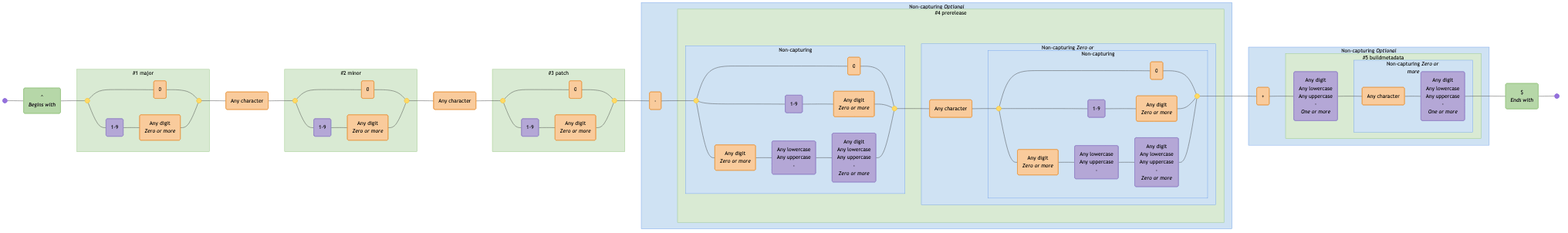
Before: diagrams/semver.mermaid-diagram.png, a diagram exported from Mermaid (tayles/regex-to-mermaid). Its source is kept beside it as diagrams/semver.mermaid.
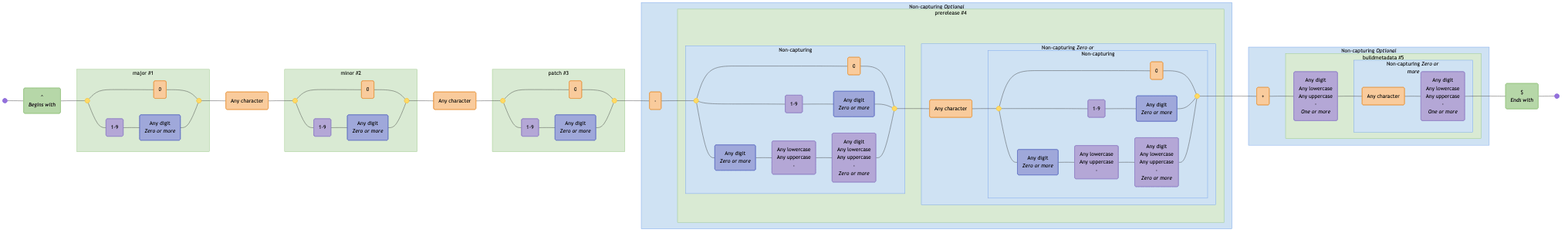
The same diagram one commit later.

What changed in the source:
```diff
@@ -1,6 +1,6 @@
 graph LR
   accTitle: "Regex: ^(?<major>0|[1-9]\\d*)\\.(?<minor>0|[1-9]\\d*)\\.(?<patch>0|[1-9]\\d*)(?:-(?<prerelease>(?:0|[1-9]\\d*|\\d*[a-zA-Z-][0-9a-zA-Z-]*)(?:\\.(?:0|[1-9]\\d*|\\d*[a-zA-Z-][0-9a-zA-Z-]*))*))?(?:\\+(?<buildmetadata>[0-9a-zA-Z-]+(?:\\.[0-9a-zA-Z-]+)*))?$"
-  accDescr: "Generated with regex-to-mermaid@1.0.4"
+  accDescr: "Generated with regex-to-mermaid@2.0.0"
 
   start@{ shape: f-circ };
   fin@{ shape: f-circ };
@@ -9,74 +9,74 @@
   disjunction_end_1:::disjunction@{ shape: f-circ };
   literal_1("0"):::literal;
   char_class_1("1-9"):::char-class;
-  literal_2("Any digit<br><i>Zero or more</i>"):::literal;
-  literal_3("Any character"):::literal;
+  char_set_1("Any digit<br><i>Zero or more</i>"):::char-set;
+  literal_2("Any character"):::literal;
   disjunction_begin_2:::disjunction@{ shape: f-circ };
   disjunction_end_2:::disjunction@{ shape: f-circ };
-  literal_4("0"):::literal;
+  literal_3("0"):::literal;
   char_class_2("1-9"):::char-class;
-  literal_5("Any digit<br><i>Zero or more</i>"):::literal;
-  literal_6("Any character"):::literal;
+  char_set_2("Any digit<br><i>Zero or more</i>"):::char-set;
+  literal_4("Any character"):::literal;
   disjunction_begin_3:::disjunction@{ shape: f-circ };
   disjunction_end_3:::disjunction@{ shape: f-circ };
-  literal_7("0"):::literal;
+  literal_5("0"):::literal;
   char_class_3("1-9"):::char-class;
-  literal_8("Any digit<br><i>Zero or more</i>"):::literal;
-  literal_9("-"):::literal;
+  char_set_3("Any digit<br><i>Zero or more</i>"):::char-set;
+  literal_6("-"):::literal;
   disjunction_begin_4:::disjunction@{ shape: f-circ };
   disjunction_end_4:::disjunction@{ shape: f-circ };
-  literal_10("0"):::literal;
+  literal_7("0"):::literal;
   char_class_4("1-9"):::char-class;
-  literal_11("Any digit<br><i>Zero or more</i>"):::literal;
-  literal_12("Any digit<br><i>Zero or more</i>"):::literal;
+  char_set_4("Any digit<br><i>Zero or more</i>"):::char-set;
+  char_set_5("Any digit<br><i>Zero or more</i>"):::char-set;
   char_class_5("Any lowercase<br>Any uppercase<br>-"):::char-class;
   char_class_6("Any digit<br>Any lowercase<br>Any uppercase<br>-<br><i>Zero or more</i>"):::char-class;
-  literal_13("Any character"):::literal;
+  literal_8("Any character"):::literal;
   disjunction_begin_5:::disjunction@{ shape: f-circ };
   disjunction_end_5:::disjunction@{ shape: f-circ };
-  literal_14("0"):::literal;
+  literal_9("0"):::literal;
   char_class_7("1-9"):::char-class;
-  literal_15("Any digit<br><i>Zero or more</i>"):::literal;
-  literal_16("Any digit<br><i>Zero or more</i>"):::literal;
+  char_set_6("Any digit<br><i>Zero or more</i>"):::char-set;
+  char_set_7("Any digit<br><i>Zero or more</i>"):::char-set;
   char_class_8("Any lowercase<br>Any uppercase<br>-"):::char-class;
   char_class_9("Any digit<br>Any lowercase<br>Any uppercase<br>-<br><i>Zero or more</i>"):::char-class;
-  literal_17("+"):::literal;
+  literal_10("\+"):::literal;
   char_class_10("Any digit<br>Any lowercase<br>Any uppercase<br>-<br><i>One or more</i>"):::char-class;
-  literal_18("Any character"):::literal;
+  literal_11("Any character"):::literal;
   char_class_11("Any digit<br>Any lowercase<br>Any uppercase<br>-<br><i>One or more</i>"):::char-class;
   assertion_2("$<br><i>Ends with</i>"):::assertion;
 
-  subgraph named_capture_1 ["#1 major"]
+  subgraph named_capture_1 ["major #1"]
     disjunction_begin_1
     disjunction_end_1
     literal_1
     char_class_1
-    literal_2
+    char_set_1
   end
 
-  subgraph named_capture_2 ["#2 minor"]
+  subgraph named_capture_2 ["minor #2"]
     disjunction_begin_2
     disjunction_end_2
-    literal_4
+    literal_3
     char_class_2
-    literal_5
+    char_set_2
   end
 
-  subgraph named_capture_3 ["#3 patch"]
+  subgraph named_capture_3 ["patch #3"]
     disjunction_begin_3
     disjunction_end_3
-    literal_7
+    literal_5
     char_class_3
-    literal_8
+    char_set_3
   end
 
   subgraph non_capturing_2 ["Non-capturing"]
     disjunction_begin_4
     disjunction_end_4
-    literal_10
+    literal_7
     char_class_4
-    literal_11
-    literal_12
+    char_set_4
+    char_set_5
     char_class_5
     char_class_6
   end
@@ -84,20 +84,20 @@
   subgraph non_capturing_4 ["Non-capturing"]
     disjunction_begin_5
     disjunction_end_5
-    literal_14
+    literal_9
     char_class_7
-    literal_15
-    literal_16
+    char_set_6
+    char_set_7
     char_class_8
     char_class_9
   end
 
   subgraph non_capturing_3 ["Non-capturing <i>Zero or more</i>"]
     non_capturing_4
-    literal_13
+    literal_8
   end
 
-  subgraph named_capture_4 ["#4 prerelease"]
+  subgraph named_capture_4 ["prerelease #4"]
     non_capturing_2
     non_capturing_4
     non_capturing_3
@@ -108,15 +108,15 @@
     non_capturing_4
     non_capturing_3
     named_capture_4
-    literal_9
+    literal_6
   end
 
   subgraph non_capturing_6 ["Non-capturing <i>Zero or more</i>"]
-    literal_18
+    literal_11
     char_class_11
   end
 
-  subgraph named_capture_5 ["#5 buildmetadata"]
+  subgraph named_capture_5 ["buildmetadata #5"]
     non_capturing_6
     char_class_10
   end
@@ -124,7 +124,7 @@
   subgraph non_capturing_5 ["Non-capturing <i>Optional</i>"]
     non_capturing_6
     named_capture_5
-    literal_17
+    literal_10
   end
 
   start --- assertion_1;
@@ -132,48 +132,48 @@
   disjunction_begin_1 --- literal_1;
   literal_1 --- disjunction_end_1;
   disjunction_begin_1 --- char_class_1;
-  char_class_1 --- literal_2;
-  literal_2 --- disjunction_end_1;
-  disjunction_end_1 --- literal_3;
-  literal_3 --- disjunction_begin_2;
-  disjunction_begin_2 --- literal_4;
-  literal_4 --- disjunction_end_2;
+  char_class_1 --- char_set_1;
+  char_set_1 --- disjunction_end_1;
+  disjunction_end_1 --- literal_2;
+  literal_2 --- disjunction_begin_2;
+  disjunction_begin_2 --- literal_3;
+  literal_3 --- disjunction_end_2;
   disjunction_begin_2 --- char_class_2;
-  char_class_2 --- literal_5;
-  literal_5 --- disjunction_end_2;
-  disjunction_end_2 --- literal_6;
-  literal_6 --- disjunction_begin_3;
-  disjunction_begin_3 --- literal_7;
-  literal_7 --- disjunction_end_3;
+  char_class_2 --- char_set_2;
+  char_set_2 --- disjunction_end_2;
+  disjunction_end_2 --- literal_4;
+  literal_4 --- disjunction_begin_3;
+  disjunction_begin_3 --- literal_5;
+  literal_5 --- disjunction_end_3;
   disjunction_begin_3 --- char_class_3;
-  char_class_3 --- literal_8;
-  literal_8 --- disjunction_end_3;
-  disjunction_end_3 --- literal_9;
-  literal_9 --- disjunction_begin_4;
-  disjunction_begin_4 --- literal_10;
-  literal_10 --- disjunction_end_4;
+  char_class_3 --- char_set_3;
+  char_set_3 --- disjunction_end_3;
+  disjunction_end_3 --- literal_6;
+  literal_6 --- disjunction_begin_4;
+  disjunction_begin_4 --- literal_7;
+  literal_7 --- disjunction_end_4;
   disjunction_begin_4 --- char_class_4;
-  char_class_4 --- literal_11;
-  literal_11 --- disjunction_end_4;
-  disjunction_begin_4 --- literal_12;
-  literal_12 --- char_class_5;
+  char_class_4 --- char_set_4;
+  char_set_4 --- disjunction_end_4;
+  disjunction_begin_4 --- char_set_5;
+  char_set_5 --- char_class_5;
   char_class_5 --- char_class_6;
   char_class_6 --- disjunction_end_4;
-  disjunction_end_4 --- literal_13;
-  literal_13 --- disjunction_begin_5;
-  disjunction_begin_5 --- literal_14;
-  literal_14 --- disjunction_end_5;
+  disjunction_end_4 --- literal_8;
+  literal_8 --- disjunction_begin_5;
+  disjunction_begin_5 --- literal_9;
+  literal_9 --- disjunction_end_5;
   disjunction_begin_5 --- char_class_7;
-  char_class_7 --- literal_15;
-  literal_15 --- disjunction_end_5;
-  disjunction_begin_5 --- literal_16;
-  literal_16 --- char_class_8;
+  char_class_7 --- char_set_6;
+  char_set_6 --- disjunction_end_5;
+  disjunction_begin_5 --- char_set_7;
+  char_set_7 --- char_class_8;
   char_class_8 --- char_class_9;
   char_class_9 --- disjunction_end_5;
-  disjunction_end_5 --- literal_17;
-  literal_17 --- char_class_10;
-  char_class_10 --- literal_18;
-  literal_18 --- char_class_11;
+  disjunction_end_5 --- literal_10;
+  literal_10 --- char_class_10;
+  char_class_10 --- literal_11;
+  literal_11 --- char_class_11;
   char_class_11 --- assertion_2;
   assertion_2 --- fin;
 
@@ -181,6 +181,7 @@
   classDef disjunction fill:#FFD966,stroke:#F1C232,color:#000000;
   classDef literal fill:#F9CB9C,stroke:#E69138,color:#000000;
   classDef char-class fill:#B4A7D6,stroke:#8E7CC3,color:#000000;
+  classDef char-set fill:#9FA8DA,stroke:#5C6BC0,color:#000000;
 
   classDef named-capture fill:#D9EAD3,stroke:#93C47D,color:#000000;
   classDef non-capturing fill:#CFE2F3,stroke:#6D9EEB,color:#000000;
```
